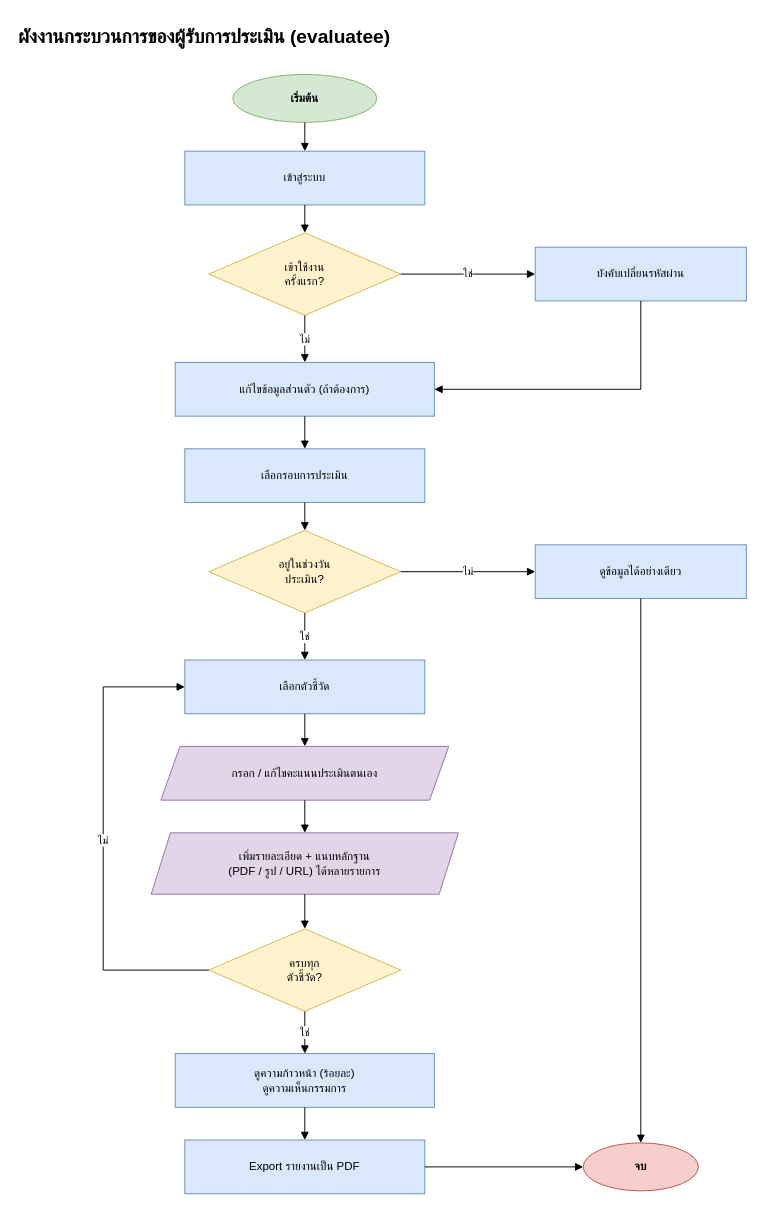
The draw.io diagram page "1.3 ผู้รับการประเมิน" (3 of 5) of คู่มือซ้อม-2569/งานออกแบบ/1-ผังงาน.drawio in pushsuker/pic-skill-v4, before the edit. Source tidied: cells renumbered, new cells numbered last; positions are measured from the earlier drawing's top-left corner, leaving out a move shared by most shapes. Both pictures are drawn from the tidied source at 96%, with x=0, y=0 at pixel (16, 16).
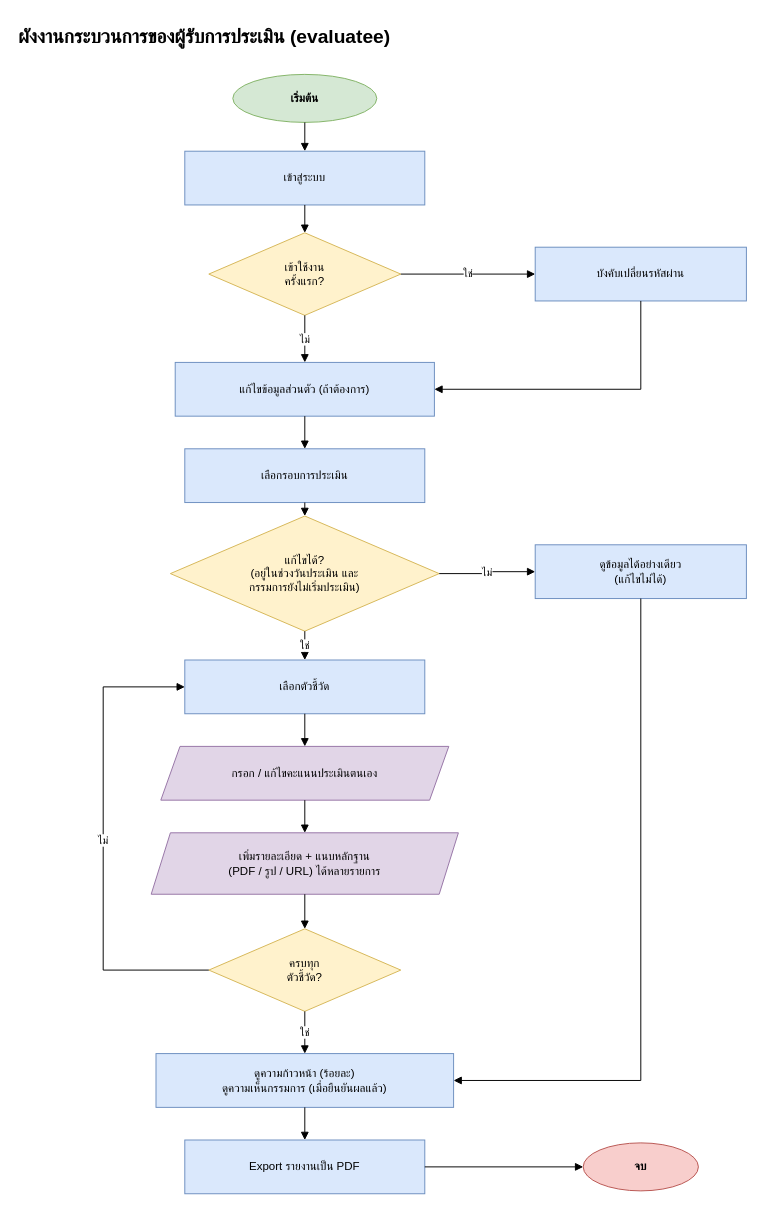
After the change.

Unchanged cells that the change refers to:
```xml
<mxCell id="17" value="จบ" style="ellipse;whiteSpace=wrap;html=1;fillColor=#f8cecc;strokeColor=#b85450;fontStyle=1;" parent="1" vertex="1">
  <mxGeometry x="590" y="1173" width="120" height="50" as="geometry" />
</mxCell>
```

Change to the diagram source:
```diff
@@
-    <mxCell id="9" value="อยู่ในช่วงวัน&lt;br&gt;ประเมิน?" style="rhombus;whiteSpace=wrap;html=1;fillColor=#fff2cc;strokeColor=#d6b656;" parent="1" vertex="1">
-      <mxGeometry x="200" y="535" width="200" height="86" as="geometry" />
+    <mxCell id="9" value="แก้ไขได้?&lt;br&gt;(อยู่ในช่วงวันประเมิน และ&lt;br&gt;กรรมการยังไม่เริ่มประเมิน)" style="rhombus;whiteSpace=wrap;html=1;fillColor=#fff2cc;strokeColor=#d6b656;" parent="1" vertex="1">
+      <mxGeometry x="160" y="520" width="280" height="120" as="geometry" />
     </mxCell>
-    <mxCell id="10" value="ดูข้อมูลได้อย่างเดียว" style="rounded=0;whiteSpace=wrap;html=1;fillColor=#dae8fc;strokeColor=#6c8ebf;" parent="1" vertex="1">
+    <mxCell id="10" value="ดูข้อมูลได้อย่างเดียว&lt;br&gt;(แก้ไขไม่ได้)" style="rounded=0;whiteSpace=wrap;html=1;fillColor=#dae8fc;strokeColor=#6c8ebf;" parent="1" vertex="1">
       <mxGeometry x="540" y="550" width="220" height="56" as="geometry" />
     </mxCell>
@@
-    <mxCell id="15" value="ดูความก้าวหน้า (ร้อยละ)&lt;br&gt;ดูความเห็นกรรมการ" style="rounded=0;whiteSpace=wrap;html=1;fillColor=#dae8fc;strokeColor=#6c8ebf;" parent="1" vertex="1">
-      <mxGeometry x="165" y="1080" width="270" height="56" as="geometry" />
+    <mxCell id="15" value="ดูความก้าวหน้า (ร้อยละ)&lt;br&gt;ดูความเห็นกรรมการ (เมื่อยืนยันผลแล้ว)" style="rounded=0;whiteSpace=wrap;html=1;fillColor=#dae8fc;strokeColor=#6c8ebf;" parent="1" vertex="1">
+      <mxGeometry x="145" y="1080" width="310" height="56" as="geometry" />
     </mxCell>
@@
-    <mxCell id="26" style="edgeStyle=orthogonalEdgeStyle;rounded=0;html=1;endArrow=block;endFill=1;exitX=0.5;exitY=1;entryX=0.5;entryY=0;" parent="1" edge="1" source="10" target="17">
-      <mxGeometry relative="1" as="geometry" />
+    <mxCell id="26" style="edgeStyle=orthogonalEdgeStyle;rounded=0;html=1;endArrow=block;endFill=1;exitX=0.5;exitY=1;entryX=1;entryY=0.5;" parent="1" edge="1" source="10" target="15">
+      <mxGeometry relative="1" as="geometry">
+        <Array as="points">
+          <mxPoint x="650" y="1108" />
+        </Array>
+      </mxGeometry>
     </mxCell>
```
